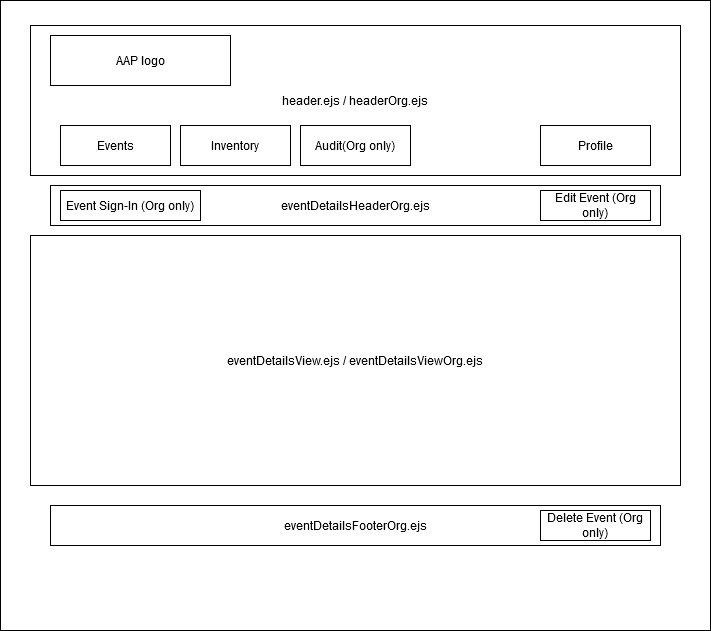
This is documentation/diagrams/eventDetailsPageBreakdown.png from CS458-Capstone-Group/Attendance-Auditor-Plus, a draw.io export, as it was before one commit. Source tidied: cells renumbered, new cells last; positions are measured from the earlier drawing's top-left corner, leaving out a move shared by most shapes. The source it was exported from:
```xml
<mxGraphModel>
  <root>
    <mxCell id="0" />
    <mxCell id="1" parent="0" />
    <mxCell id="2" style="rounded=0;whiteSpace=wrap;html=1;" parent="1" vertex="1">
      <mxGeometry width="710" height="630" as="geometry" />
    </mxCell>
    <mxCell id="3" value="header.ejs / headerOrg.ejs" style="rounded=0;whiteSpace=wrap;html=1;" parent="1" vertex="1">
      <mxGeometry x="30" y="25" width="650" height="150" as="geometry" />
    </mxCell>
    <mxCell id="4" value="&lt;div&gt;AAP logo&lt;/div&gt;" style="rounded=0;whiteSpace=wrap;html=1;" parent="1" vertex="1">
      <mxGeometry x="50" y="35" width="180" height="50" as="geometry" />
    </mxCell>
    <mxCell id="5" value="Events" style="rounded=0;whiteSpace=wrap;html=1;" parent="1" vertex="1">
      <mxGeometry x="60" y="125" width="110" height="40" as="geometry" />
    </mxCell>
    <mxCell id="6" value="Inventory" style="rounded=0;whiteSpace=wrap;html=1;" parent="1" vertex="1">
      <mxGeometry x="180" y="125" width="110" height="40" as="geometry" />
    </mxCell>
    <mxCell id="7" value="Audit(Org only)" style="rounded=0;whiteSpace=wrap;html=1;" parent="1" vertex="1">
      <mxGeometry x="300" y="125" width="110" height="40" as="geometry" />
    </mxCell>
    <mxCell id="8" value="Profile" style="rounded=0;whiteSpace=wrap;html=1;" parent="1" vertex="1">
      <mxGeometry x="540" y="125" width="110" height="40" as="geometry" />
    </mxCell>
    <mxCell id="9" value="&lt;div&gt;eventDetailsView.ejs / eventDetailsViewOrg.ejs&lt;/div&gt;" style="rounded=0;whiteSpace=wrap;html=1;" parent="1" vertex="1">
      <mxGeometry x="30" y="235" width="650" height="250" as="geometry" />
    </mxCell>
    <mxCell id="10" value="eventDetailsHeaderOrg.ejs" style="rounded=0;whiteSpace=wrap;html=1;" parent="1" vertex="1">
      <mxGeometry x="50" y="185" width="610" height="40" as="geometry" />
    </mxCell>
    <mxCell id="11" value="Event Sign-In (Org only)" style="rounded=0;whiteSpace=wrap;html=1;" parent="1" vertex="1">
      <mxGeometry x="60" y="190" width="140" height="30" as="geometry" />
    </mxCell>
    <mxCell id="12" value="Edit Event (Org only)" style="rounded=0;whiteSpace=wrap;html=1;" parent="1" vertex="1">
      <mxGeometry x="540" y="190" width="110" height="30" as="geometry" />
    </mxCell>
    <mxCell id="13" value="eventDetailsFooterOrg.ejs" style="rounded=0;whiteSpace=wrap;html=1;" parent="1" vertex="1">
      <mxGeometry x="50" y="505" width="610" height="40" as="geometry" />
    </mxCell>
    <mxCell id="14" value="Delete Event (Org only)" style="rounded=0;whiteSpace=wrap;html=1;" parent="1" vertex="1">
      <mxGeometry x="540" y="510" width="110" height="30" as="geometry" />
    </mxCell>
  </root>
</mxGraphModel>
```
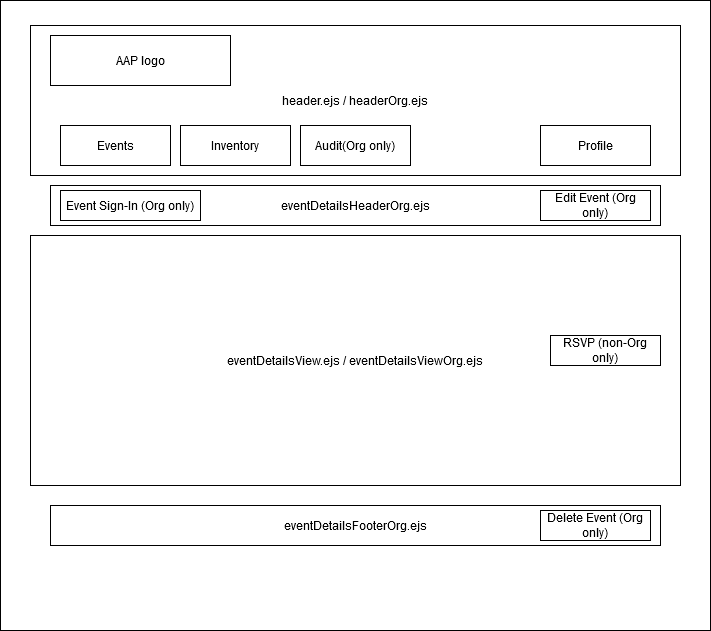
Later version of the same file.

Commit message:
Updated events details breakdown diagram document

Updated events details breakdown diagram document

What changed in the source:
```diff
@@ -41,5 +41,8 @@
     <mxCell id="14" value="Delete Event (Org only)" style="rounded=0;whiteSpace=wrap;html=1;" parent="1" vertex="1">
       <mxGeometry x="540" y="510" width="110" height="30" as="geometry" />
     </mxCell>
+    <mxCell id="15" value="RSVP (non-Org only)" style="rounded=0;whiteSpace=wrap;html=1;" parent="1" vertex="1">
+      <mxGeometry x="550" y="335" width="110" height="30" as="geometry" />
+    </mxCell>
   </root>
 </mxGraphModel>
```
